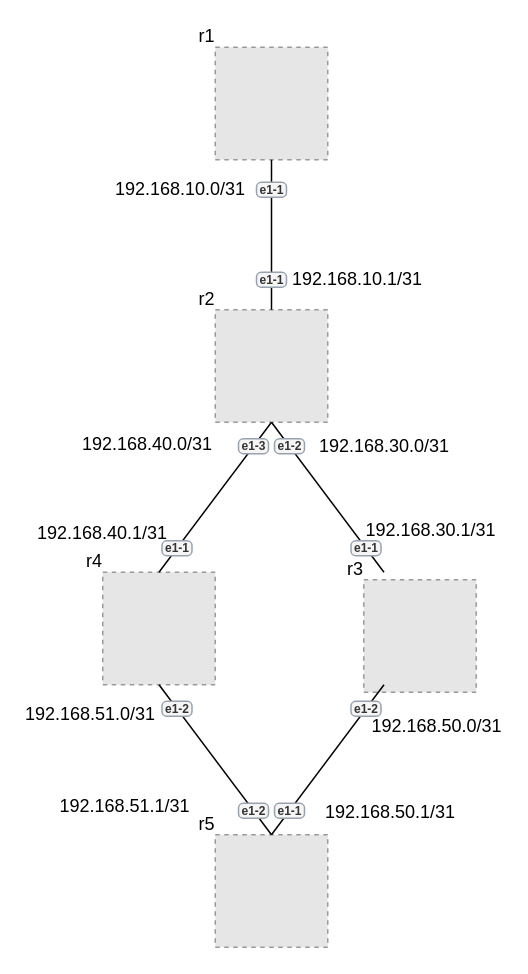
This is prueba1/prueba1.clab.drawio from DavidLopeez/ContainerLabs, a draw.io file, before an edit. Source tidied: cells renumbered, new cells numbered last; positions are measured from the earlier drawing's top-left corner, leaving out a move shared by most shapes. Both pictures are drawn from the tidied source at 150%, with x=0, y=0 at pixel (45, 46). Pictures stored in the file or linked from it are replaced by grey dashed boxes.
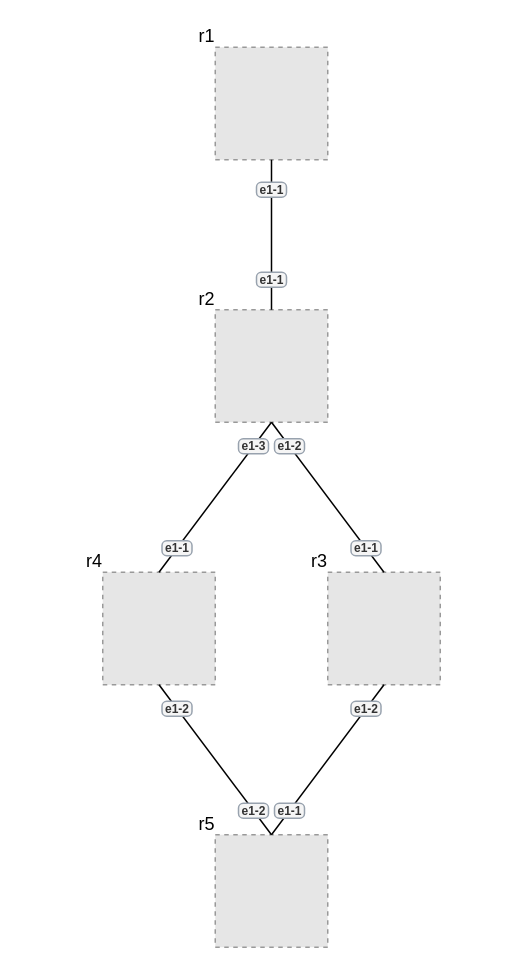
The same diagram, later.

Unchanged cells that the change refers to:
```xml
<mxCell id="3" value="r2" style="fillColor=#E6E6E6;strokeColor=#999999;dashed=1;labelPosition=left;align=right;verticalLabelPosition=top;spacingLeft=0;verticalAlign=bottom;spacingTop=0;spacing=0;labelBackgroundColor=none;" parent="1" vertex="1">
  <mxGeometry x="113" y="175" width="75" height="75" as="geometry" />
</mxCell>
<mxCell id="6" value="r5" style="fillColor=#E6E6E6;strokeColor=#999999;dashed=1;labelPosition=left;align=right;verticalLabelPosition=top;spacingLeft=0;verticalAlign=bottom;spacingTop=0;spacing=0;labelBackgroundColor=none;" parent="1" vertex="1">
  <mxGeometry x="113" y="525" width="75" height="75" as="geometry" />
</mxCell>
```

Change to the diagram source:
```diff
@@
     <mxCell id="4" value="r3" style="fillColor=#E6E6E6;strokeColor=#999999;dashed=1;labelPosition=left;align=right;verticalLabelPosition=top;spacingLeft=0;verticalAlign=bottom;spacingTop=0;spacing=0;labelBackgroundColor=none;" parent="1" vertex="1">
-      <mxGeometry x="212" y="355" width="75" height="75" as="geometry" />
+      <mxGeometry x="188" y="350" width="75" height="75" as="geometry" />
     </mxCell>
@@
-    <mxCell id="10" style="endArrow=none;jumpStyle=gap;entryY=0;exitY=1;entryX=0.5;exitX=0.5;" parent="1" edge="1" source="3">
-      <mxGeometry relative="1" as="geometry">
-        <mxPoint x="225.5" y="350" as="targetPoint" />
-      </mxGeometry>
+    <mxCell id="10" style="endArrow=none;jumpStyle=gap;entryY=0;exitY=1;entryX=0.5;exitX=0.5;" parent="1" edge="1" source="3" target="4">
+      <mxGeometry relative="1" as="geometry" />
     </mxCell>
@@
-    <mxCell id="16" style="endArrow=none;jumpStyle=gap;entryY=0;exitY=1;entryX=0.5;exitX=0.5;" parent="1" edge="1" target="6">
-      <mxGeometry relative="1" as="geometry">
-        <mxPoint x="225.5" y="425" as="sourcePoint" />
-      </mxGeometry>
+    <mxCell id="16" style="endArrow=none;jumpStyle=gap;entryY=0;exitY=1;entryX=0.5;exitX=0.5;" parent="1" edge="1" source="4" target="6">
+      <mxGeometry relative="1" as="geometry" />
     </mxCell>
@@
-    <mxCell id="22" value="192.168.10.1/31" style="text;html=1;align=center;verticalAlign=middle;whiteSpace=wrap;rounded=0;" parent="1" vertex="1">
-      <mxGeometry x="178" y="140" width="60" height="30" as="geometry" />
-    </mxCell>
-    <mxCell id="23" value="192.168.10.0/31" style="text;html=1;align=center;verticalAlign=middle;whiteSpace=wrap;rounded=0;" parent="1" vertex="1">
-      <mxGeometry x="60" y="80" width="60" height="30" as="geometry" />
-    </mxCell>
-    <mxCell id="24" value="192.168.40.0/31" style="text;html=1;align=center;verticalAlign=middle;whiteSpace=wrap;rounded=0;" parent="1" vertex="1">
-      <mxGeometry x="38" y="250" width="60" height="30" as="geometry" />
-    </mxCell>
-    <mxCell id="25" value="192.168.30.0/31" style="text;html=1;align=center;verticalAlign=middle;whiteSpace=wrap;rounded=0;" parent="1" vertex="1">
-      <mxGeometry x="196" y="251" width="60" height="30" as="geometry" />
-    </mxCell>
-    <mxCell id="26" value="192.168.40.1/31" style="text;html=1;align=center;verticalAlign=middle;whiteSpace=wrap;rounded=0;" parent="1" vertex="1">
-      <mxGeometry x="8" y="309" width="60" height="30" as="geometry" />
-    </mxCell>
-    <mxCell id="27" value="192.168.30.1/31" style="text;html=1;align=center;verticalAlign=middle;whiteSpace=wrap;rounded=0;" parent="1" vertex="1">
-      <mxGeometry x="227" y="307" width="60" height="30" as="geometry" />
-    </mxCell>
-    <mxCell id="28" value="192.168.51.0/31" style="text;html=1;align=center;verticalAlign=middle;whiteSpace=wrap;rounded=0;" parent="1" vertex="1">
-      <mxGeometry y="430" width="60" height="30" as="geometry" />
-    </mxCell>
-    <mxCell id="29" value="192.168.50.0/31" style="text;html=1;align=center;verticalAlign=middle;whiteSpace=wrap;rounded=0;" parent="1" vertex="1">
-      <mxGeometry x="231" y="438" width="60" height="30" as="geometry" />
-    </mxCell>
-    <mxCell id="30" value="192.168.51.1/31" style="text;html=1;align=center;verticalAlign=middle;whiteSpace=wrap;rounded=0;" parent="1" vertex="1">
-      <mxGeometry x="23" y="491" width="60" height="30" as="geometry" />
-    </mxCell>
-    <mxCell id="31" value="192.168.50.1/31" style="text;html=1;align=center;verticalAlign=middle;whiteSpace=wrap;rounded=0;" parent="1" vertex="1">
-      <mxGeometry x="200" y="495" width="60" height="30" as="geometry" />
-    </mxCell>
```
